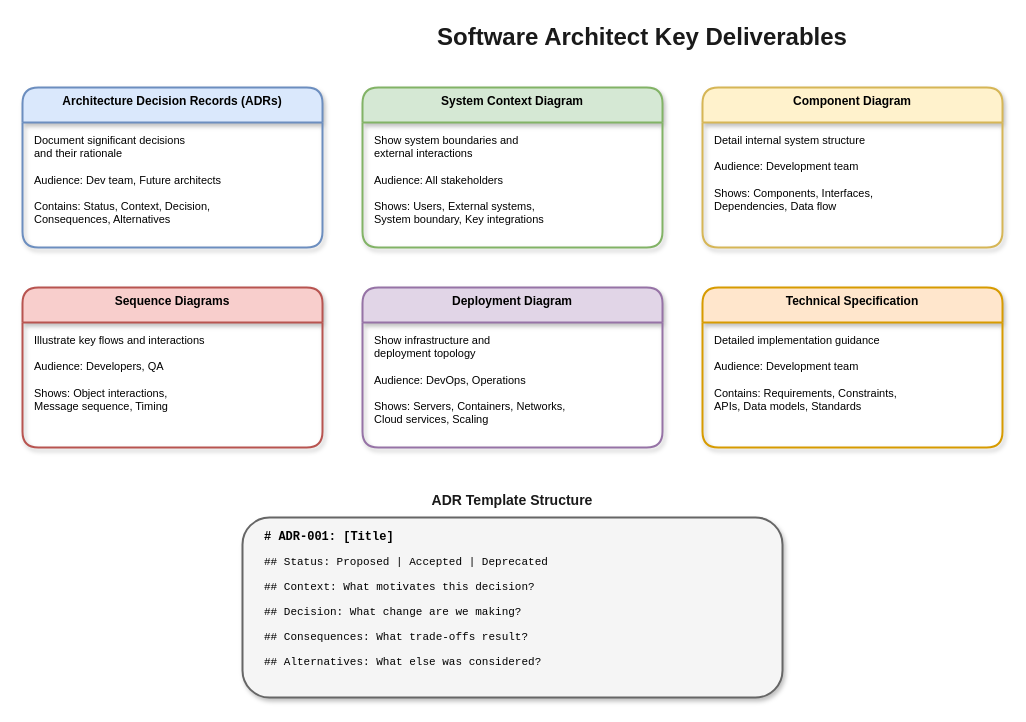
The draw.io diagram lesson-00-software-architect-overview/01-how-a-software-architect-works/1.3-key-deliverables.drawio in MrParkerZ7/document-lesson-software-architect-x-claude, before the edit. Source tidied: cells renumbered, new cells numbered last; positions are measured from the earlier drawing's top-left corner, leaving out a move shared by most shapes. Both pictures are drawn from the tidied source at 100%, with x=0, y=0 at pixel (22, 17).
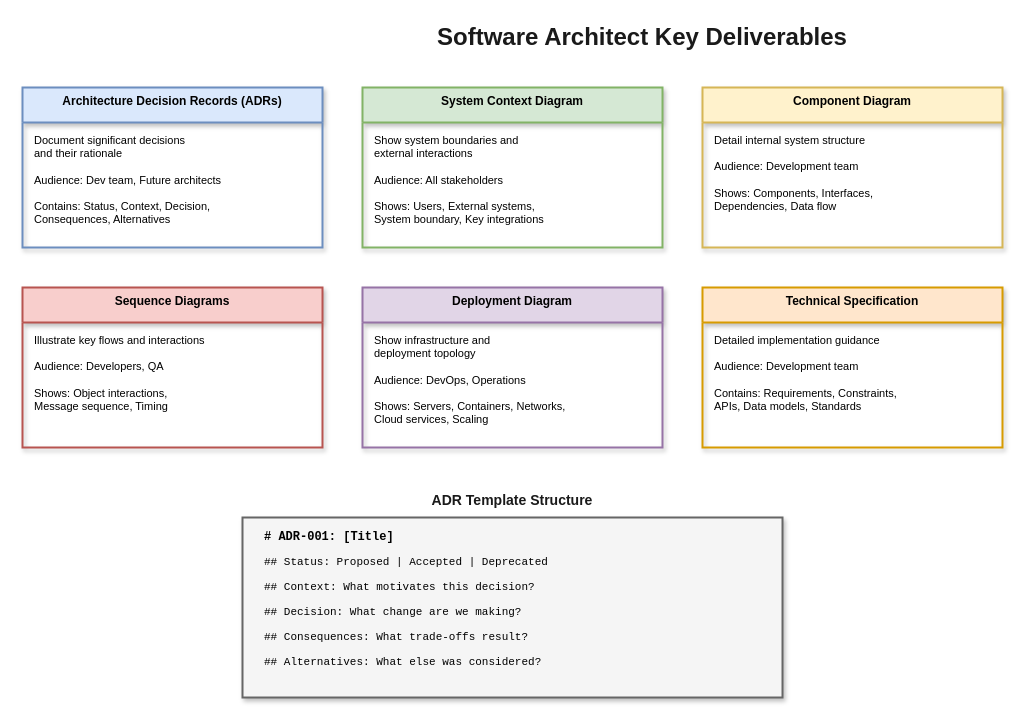
Above is the later version.

What changed in the source:
```diff
@@
-    <mxCell id="3" value="Architecture Decision Records (ADRs)" style="swimlane;fontStyle=1;align=center;verticalAlign=top;horizontal=1;startSize=35;fillColor=#dae8fc;strokeColor=#6c8ebf;fontSize=12;rounded=1;shadow=1;strokeWidth=2;" parent="1" vertex="1">
+    <mxCell id="3" value="Architecture Decision Records (ADRs)" style="swimlane;fontStyle=1;align=center;verticalAlign=top;horizontal=1;startSize=35;fillColor=#dae8fc;strokeColor=#6c8ebf;fontSize=12;rounded=0;shadow=1;strokeWidth=2;" parent="1" vertex="1">
       <mxGeometry y="70" width="300" height="160" as="geometry" />
     </mxCell>
@@
-    <mxCell id="5" value="System Context Diagram" style="swimlane;fontStyle=1;align=center;verticalAlign=top;horizontal=1;startSize=35;fillColor=#d5e8d4;strokeColor=#82b366;fontSize=12;rounded=1;shadow=1;strokeWidth=2;" parent="1" vertex="1">
+    <mxCell id="5" value="System Context Diagram" style="swimlane;fontStyle=1;align=center;verticalAlign=top;horizontal=1;startSize=35;fillColor=#d5e8d4;strokeColor=#82b366;fontSize=12;rounded=0;shadow=1;strokeWidth=2;" parent="1" vertex="1">
       <mxGeometry x="340" y="70" width="300" height="160" as="geometry" />
     </mxCell>
@@
-    <mxCell id="7" value="Component Diagram" style="swimlane;fontStyle=1;align=center;verticalAlign=top;horizontal=1;startSize=35;fillColor=#fff2cc;strokeColor=#d6b656;fontSize=12;rounded=1;shadow=1;strokeWidth=2;" parent="1" vertex="1">
+    <mxCell id="7" value="Component Diagram" style="swimlane;fontStyle=1;align=center;verticalAlign=top;horizontal=1;startSize=35;fillColor=#fff2cc;strokeColor=#d6b656;fontSize=12;rounded=0;shadow=1;strokeWidth=2;" parent="1" vertex="1">
       <mxGeometry x="680" y="70" width="300" height="160" as="geometry" />
     </mxCell>
@@
-    <mxCell id="9" value="Sequence Diagrams" style="swimlane;fontStyle=1;align=center;verticalAlign=top;horizontal=1;startSize=35;fillColor=#f8cecc;strokeColor=#b85450;fontSize=12;rounded=1;shadow=1;strokeWidth=2;" parent="1" vertex="1">
+    <mxCell id="9" value="Sequence Diagrams" style="swimlane;fontStyle=1;align=center;verticalAlign=top;horizontal=1;startSize=35;fillColor=#f8cecc;strokeColor=#b85450;fontSize=12;rounded=0;shadow=1;strokeWidth=2;" parent="1" vertex="1">
       <mxGeometry y="270" width="300" height="160" as="geometry" />
     </mxCell>
@@
-    <mxCell id="11" value="Deployment Diagram" style="swimlane;fontStyle=1;align=center;verticalAlign=top;horizontal=1;startSize=35;fillColor=#e1d5e7;strokeColor=#9673a6;fontSize=12;rounded=1;shadow=1;strokeWidth=2;" parent="1" vertex="1">
+    <mxCell id="11" value="Deployment Diagram" style="swimlane;fontStyle=1;align=center;verticalAlign=top;horizontal=1;startSize=35;fillColor=#e1d5e7;strokeColor=#9673a6;fontSize=12;rounded=0;shadow=1;strokeWidth=2;" parent="1" vertex="1">
       <mxGeometry x="340" y="270" width="300" height="160" as="geometry" />
     </mxCell>
@@
-    <mxCell id="13" value="Technical Specification" style="swimlane;fontStyle=1;align=center;verticalAlign=top;horizontal=1;startSize=35;fillColor=#ffe6cc;strokeColor=#d79b00;fontSize=12;rounded=1;shadow=1;strokeWidth=2;" parent="1" vertex="1">
+    <mxCell id="13" value="Technical Specification" style="swimlane;fontStyle=1;align=center;verticalAlign=top;horizontal=1;startSize=35;fillColor=#ffe6cc;strokeColor=#d79b00;fontSize=12;rounded=0;shadow=1;strokeWidth=2;" parent="1" vertex="1">
       <mxGeometry x="680" y="270" width="300" height="160" as="geometry" />
     </mxCell>
@@
-    <mxCell id="16" style="rounded=1;whiteSpace=wrap;html=1;fillColor=#f5f5f5;strokeColor=#666666;strokeWidth=2;shadow=1;" parent="1" vertex="1">
+    <mxCell id="16" style="rounded=0;whiteSpace=wrap;html=1;fillColor=#f5f5f5;strokeColor=#666666;strokeWidth=2;shadow=1;" parent="1" vertex="1">
       <mxGeometry x="220" y="500" width="540" height="180" as="geometry" />
     </mxCell>
```
